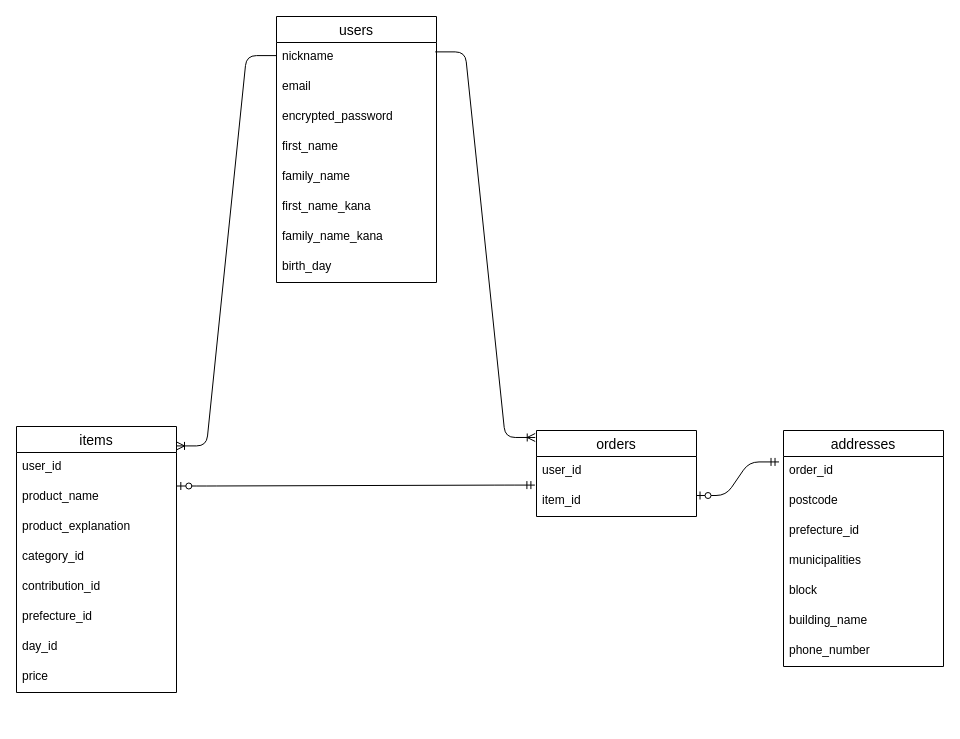
The draw.io diagram ER.dio in nozomitakemura/furima-40269, before the edit. Source tidied: cells renumbered, new cells numbered last; positions are measured from the earlier drawing's top-left corner, leaving out a move shared by most shapes. Both pictures are drawn from the tidied source at 100%, with x=0, y=0 at pixel (16, 16).
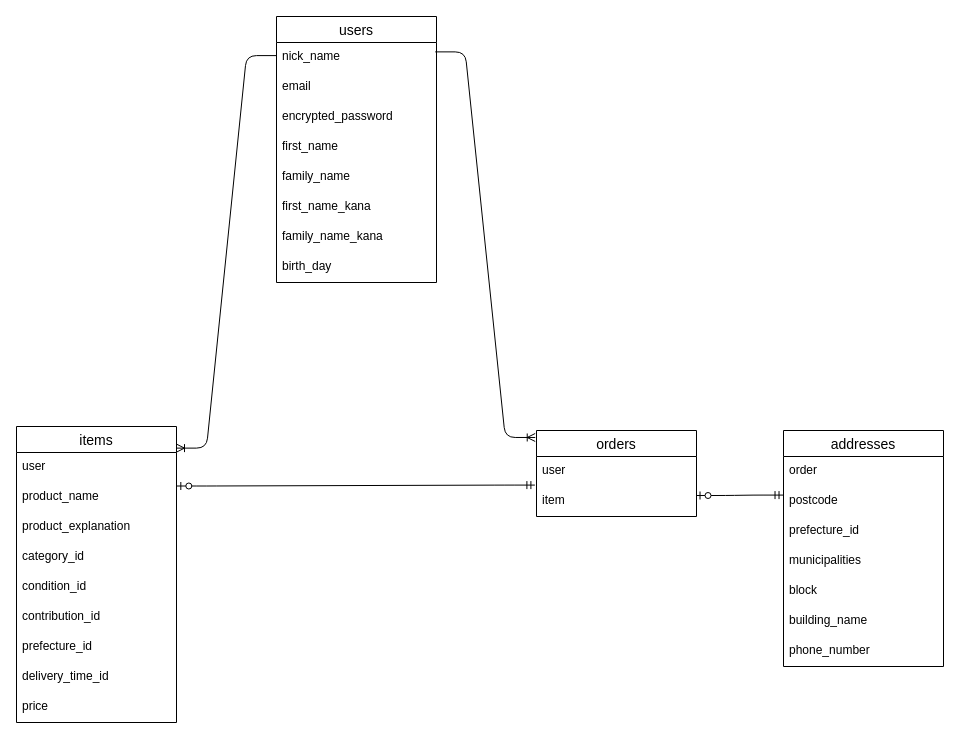
The same page after the edit.

The change refers to these unchanged cells:
```xml
<mxCell id="15" value="orders" style="swimlane;fontStyle=0;horizontal=1;startSize=26;align=center;fontSize=14;" parent="1" vertex="1">
  <mxGeometry x="520" y="414" width="160" height="86" as="geometry" />
</mxCell>
<mxCell id="18" value="users" style="swimlane;fontStyle=0;horizontal=1;startSize=26;align=center;fontSize=14;" parent="1" vertex="1">
  <mxGeometry x="260" width="160" height="266" as="geometry" />
</mxCell>
<mxCell id="27" value="addresses" style="swimlane;fontStyle=0;horizontal=1;startSize=26;align=center;fontSize=14;" parent="1" vertex="1">
  <mxGeometry x="767" y="414" width="160" height="236" as="geometry" />
</mxCell>
<mxCell id="29" value="postcode" style="text;strokeColor=none;fillColor=none;spacingLeft=4;spacingRight=4;overflow=hidden;points=[[0,0.5],[1,0.5]];portConstraint=eastwest;fontSize=12;" parent="27" vertex="1">
  <mxGeometry y="56" width="160" height="30" as="geometry" />
</mxCell>
```

Diff of the diagram source:
```diff
@@
-    <mxCell id="5" style="edgeStyle=entityRelationEdgeStyle;fontSize=12;html=1;endArrow=ERzeroToOne;startArrow=ERmandOne;exitX=-0.028;exitY=0.181;exitDx=0;exitDy=0;entryX=0.997;entryY=0.3;entryDx=0;entryDy=0;entryPerimeter=0;exitPerimeter=0;" parent="1" edge="1" source="28" target="17">
+    <mxCell id="5" style="edgeStyle=entityRelationEdgeStyle;fontSize=12;html=1;endArrow=ERzeroToOne;startArrow=ERmandOne;entryX=0.997;entryY=0.3;entryDx=0;entryDy=0;entryPerimeter=0;exitX=-0.003;exitY=0.286;exitDx=0;exitDy=0;exitPerimeter=0;" parent="1" edge="1" source="29" target="17">
       <mxGeometry relative="1" as="geometry" />
     </mxCell>
     <mxCell id="6" value="items" style="swimlane;fontStyle=0;horizontal=1;startSize=26;align=center;fontSize=14;" parent="1" vertex="1">
-      <mxGeometry y="410" width="160" height="266" as="geometry" />
+      <mxGeometry y="410" width="160" height="296" as="geometry" />
     </mxCell>
-    <mxCell id="7" value="user_id" style="text;strokeColor=none;fillColor=none;spacingLeft=4;spacingRight=4;overflow=hidden;fontSize=12;" parent="6" vertex="1">
+    <mxCell id="7" value="user" style="text;strokeColor=none;fillColor=none;spacingLeft=4;spacingRight=4;overflow=hidden;fontSize=12;" parent="6" vertex="1">
       <mxGeometry y="26" width="160" height="30" as="geometry" />
     </mxCell>
@@
+    <mxCell id="35" value="condition_id " style="text;strokeColor=none;fillColor=none;spacingLeft=4;spacingRight=4;overflow=hidden;fontSize=12;" parent="6" vertex="1">
+      <mxGeometry y="146" width="160" height="30" as="geometry" />
+    </mxCell>
     <mxCell id="11" value="contribution_id" style="text;strokeColor=none;fillColor=none;spacingLeft=4;spacingRight=4;overflow=hidden;fontSize=12;" parent="6" vertex="1">
-      <mxGeometry y="146" width="160" height="30" as="geometry" />
+      <mxGeometry y="176" width="160" height="30" as="geometry" />
     </mxCell>
     <mxCell id="12" value="prefecture_id" style="text;strokeColor=none;fillColor=none;spacingLeft=4;spacingRight=4;overflow=hidden;fontSize=12;" parent="6" vertex="1">
-      <mxGeometry y="176" width="160" height="30" as="geometry" />
+      <mxGeometry y="206" width="160" height="30" as="geometry" />
     </mxCell>
-    <mxCell id="13" value="day_id" style="text;strokeColor=none;fillColor=none;spacingLeft=4;spacingRight=4;overflow=hidden;fontSize=12;" parent="6" vertex="1">
-      <mxGeometry y="206" width="160" height="30" as="geometry" />
+    <mxCell id="13" value="delivery_time_id" style="text;strokeColor=none;fillColor=none;spacingLeft=4;spacingRight=4;overflow=hidden;fontSize=12;" parent="6" vertex="1">
+      <mxGeometry y="236" width="160" height="30" as="geometry" />
     </mxCell>
     <mxCell id="14" value="price" style="text;strokeColor=none;fillColor=none;spacingLeft=4;spacingRight=4;overflow=hidden;fontSize=12;" parent="6" vertex="1">
-      <mxGeometry y="236" width="160" height="30" as="geometry" />
+      <mxGeometry y="266" width="160" height="30" as="geometry" />
     </mxCell>
@@
-    <mxCell id="16" value="user_id" style="text;strokeColor=none;fillColor=none;spacingLeft=4;spacingRight=4;overflow=hidden;points=[[0,0.5],[1,0.5]];portConstraint=eastwest;fontSize=12;" parent="15" vertex="1">
+    <mxCell id="16" value="user" style="text;strokeColor=none;fillColor=none;spacingLeft=4;spacingRight=4;overflow=hidden;points=[[0,0.5],[1,0.5]];portConstraint=eastwest;fontSize=12;" parent="15" vertex="1">
       <mxGeometry y="26" width="160" height="30" as="geometry" />
     </mxCell>
-    <mxCell id="17" value="item_id" style="text;strokeColor=none;fillColor=none;spacingLeft=4;spacingRight=4;overflow=hidden;points=[[0,0.5],[1,0.5]];portConstraint=eastwest;fontSize=12;" parent="15" vertex="1">
+    <mxCell id="17" value="item" style="text;strokeColor=none;fillColor=none;spacingLeft=4;spacingRight=4;overflow=hidden;points=[[0,0.5],[1,0.5]];portConstraint=eastwest;fontSize=12;" parent="15" vertex="1">
       <mxGeometry y="56" width="160" height="30" as="geometry" />
     </mxCell>
@@
-    <mxCell id="19" value="nickname&#10;" style="text;strokeColor=none;fillColor=none;spacingLeft=4;spacingRight=4;overflow=hidden;fontSize=12;" parent="18" vertex="1">
+    <mxCell id="19" value="nick_name" style="text;strokeColor=none;fillColor=none;spacingLeft=4;spacingRight=4;overflow=hidden;fontSize=12;" parent="18" vertex="1">
       <mxGeometry y="26" width="160" height="30" as="geometry" />
     </mxCell>
@@
-    <mxCell id="28" value="order_id" style="text;strokeColor=none;fillColor=none;spacingLeft=4;spacingRight=4;overflow=hidden;points=[[0,0.5],[1,0.5]];portConstraint=eastwest;fontSize=12;" parent="27" vertex="1">
+    <mxCell id="28" value="order" style="text;strokeColor=none;fillColor=none;spacingLeft=4;spacingRight=4;overflow=hidden;points=[[0,0.5],[1,0.5]];portConstraint=eastwest;fontSize=12;" parent="27" vertex="1">
       <mxGeometry y="26" width="160" height="30" as="geometry" />
     </mxCell>
```
